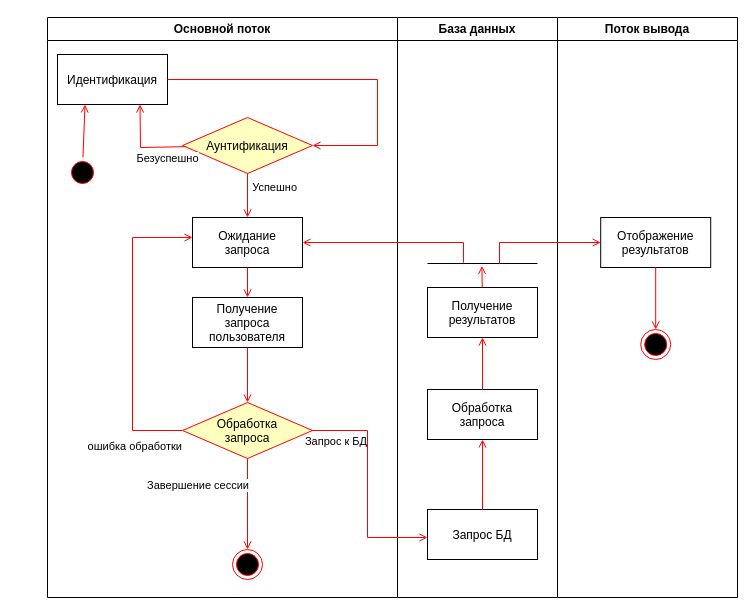
The draw.io diagram UML diagrams/3 - деятельность.drawio in fpmi-tpmp2026/tpmp-gr10a-lab4-copybara, before the edit. Source tidied: cells renumbered, new cells numbered last; positions are measured from the earlier drawing's top-left corner, leaving out a move shared by most shapes. Both pictures are drawn from the tidied source at 100%, with x=0, y=0 at pixel (47, 17).
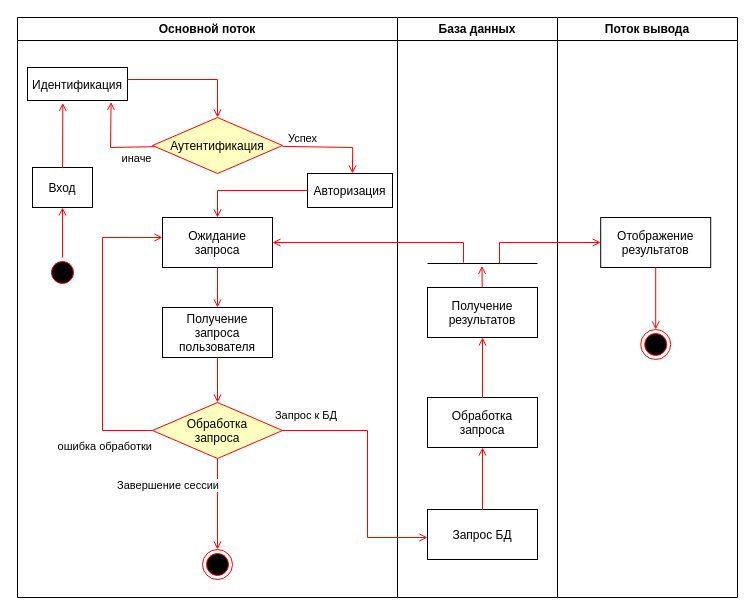
After the change.

Unchanged cells that the change refers to:
```xml
<mxCell id="6" value="Ожидание&#10;запроса" parent="2" vertex="1">
  <mxGeometry x="145" y="200" width="110" height="50" as="geometry" />
</mxCell>
<mxCell id="22" value="База данных" style="swimlane;whiteSpace=wrap;" parent="1" vertex="1">
  <mxGeometry x="350" width="160" height="580" as="geometry" />
</mxCell>
<mxCell id="35" style="endArrow=open;strokeColor=#FF0000;endFill=1;rounded=0;edgeStyle=orthogonalEdgeStyle;" parent="1" edge="1" source="10" target="23">
  <mxGeometry relative="1" as="geometry">
    <Array as="points">
      <mxPoint x="320" y="413" />
      <mxPoint x="320" y="520" />
    </Array>
  </mxGeometry>
</mxCell>
```

Diff of the diagram source:
```diff
@@
     <mxCell id="2" value="Основной поток" style="swimlane;whiteSpace=wrap;" parent="1" vertex="1">
-      <mxGeometry width="350" height="580" as="geometry" />
+      <mxGeometry x="-30" width="380" height="580" as="geometry" />
     </mxCell>
     <mxCell id="3" style="ellipse;shape=startState;fillColor=#000000;strokeColor=#ff0000;" parent="2" vertex="1">
-      <mxGeometry x="20" y="140" width="30" height="30" as="geometry" />
+      <mxGeometry x="30" y="240" width="30" height="30" as="geometry" />
     </mxCell>
     <mxCell id="4" value="Идентификация" parent="2" vertex="1">
-      <mxGeometry x="10" y="37" width="110" height="50" as="geometry" />
+      <mxGeometry x="10" y="50" width="100" height="33" as="geometry" />
     </mxCell>
-    <mxCell id="5" style="endArrow=open;strokeColor=#FF0000;endFill=1;rounded=0;entryX=0.25;entryY=1;entryDx=0;entryDy=0;" parent="2" edge="1" source="3" target="4">
+    <mxCell id="5" style="endArrow=open;strokeColor=#FF0000;endFill=1;rounded=0;" parent="2" edge="1" source="3" target="38">
       <mxGeometry relative="1" as="geometry" />
     </mxCell>
@@
     <mxCell id="7" value="Получение&#10;запроса&#10;пользователя" parent="2" vertex="1">
-      <mxGeometry x="145" y="280" width="110" height="50" as="geometry" />
+      <mxGeometry x="145" y="290" width="110" height="50" as="geometry" />
     </mxCell>
@@
-    <mxCell id="16" value="Аунтификация" style="rhombus;fillColor=#ffffc0;strokeColor=#ff0000;" parent="2" vertex="1">
+    <mxCell id="16" value="Аутентификация" style="rhombus;fillColor=#ffffc0;strokeColor=#ff0000;" parent="2" vertex="1">
       <mxGeometry x="135" y="100" width="130" height="56" as="geometry" />
     </mxCell>
     <mxCell id="17" style="endArrow=open;strokeColor=#FF0000;endFill=1;rounded=0;edgeStyle=orthogonalEdgeStyle;" parent="2" edge="1" source="4" target="16">
       <mxGeometry relative="1" as="geometry">
         <Array as="points">
-          <mxPoint x="330" y="62" />
-          <mxPoint x="330" y="128" />
+          <mxPoint x="200" y="62" />
         </Array>
       </mxGeometry>
     </mxCell>
-    <mxCell id="18" style="endArrow=open;strokeColor=#FF0000;endFill=1;rounded=0;" parent="2" edge="1" source="16" target="6">
-      <mxGeometry relative="1" as="geometry" />
+    <mxCell id="18" style="endArrow=open;strokeColor=#FF0000;endFill=1;rounded=0;" parent="2" edge="1">
+      <mxGeometry relative="1" as="geometry">
+        <mxPoint x="265" y="128.9" as="sourcePoint" />
+        <mxPoint x="334.9" y="156" as="targetPoint" />
+        <Array as="points">
+          <mxPoint x="335.2" y="130" />
+        </Array>
+      </mxGeometry>
     </mxCell>
-    <mxCell id="19" value="Успешно" style="edgeLabel;html=1;align=right;verticalAlign=middle;labelPosition=left;verticalLabelPosition=middle;" parent="18" vertex="1">
+    <mxCell id="19" value="Успех" style="edgeLabel;html=1;align=right;verticalAlign=middle;labelPosition=left;verticalLabelPosition=middle;" parent="18" vertex="1">
       <mxGeometry x="-0.43" y="2" relative="1" as="geometry">
-        <mxPoint x="48" as="offset" />
+        <mxPoint x="8" y="-7" as="offset" />
       </mxGeometry>
     </mxCell>
-    <mxCell id="20" style="endArrow=open;strokeColor=#FF0000;endFill=1;rounded=0;entryX=0.75;entryY=1;entryDx=0;entryDy=0;" parent="2" edge="1" source="16" target="4">
+    <mxCell id="20" style="endArrow=open;strokeColor=#FF0000;endFill=1;rounded=0;entryX=0.836;entryY=1.045;entryDx=0;entryDy=0;entryPerimeter=0;" parent="2" edge="1" source="16" target="4">
       <mxGeometry relative="1" as="geometry">
         <Array as="points">
           <mxPoint x="93" y="130" />
         </Array>
       </mxGeometry>
     </mxCell>
-    <mxCell id="21" value="Безуспешно" style="edgeLabel;html=1;align=center;verticalAlign=middle;" parent="20" vertex="1">
+    <mxCell id="21" value="иначе" style="edgeLabel;html=1;align=center;verticalAlign=middle;" parent="20" vertex="1">
       <mxGeometry x="-0.63" y="1" relative="1" as="geometry">
         <mxPoint x="-2" y="10" as="offset" />
       </mxGeometry>
     </mxCell>
+    <mxCell id="38" value="Вход" parent="2" vertex="1">
+      <mxGeometry x="15" y="150" width="60" height="40" as="geometry" />
+    </mxCell>
+    <mxCell id="39" style="endArrow=open;strokeColor=#FF0000;endFill=1;rounded=0;entryX=0.353;entryY=1.076;entryDx=0;entryDy=0;entryPerimeter=0;" parent="2" edge="1" source="38" target="4">
+      <mxGeometry relative="1" as="geometry" />
+    </mxCell>
+    <mxCell id="40" value="Авторизация" parent="2" vertex="1">
+      <mxGeometry x="290" y="156" width="85" height="34" as="geometry" />
+    </mxCell>
+    <mxCell id="41" style="endArrow=open;strokeColor=#FF0000;endFill=1;rounded=0;" parent="2" edge="1" source="40" target="6">
+      <mxGeometry relative="1" as="geometry">
+        <Array as="points">
+          <mxPoint x="200" y="173" />
+        </Array>
+      </mxGeometry>
+    </mxCell>
@@
     <mxCell id="27" value="Обработка&#10;запроса" parent="22" vertex="1">
-      <mxGeometry x="30" y="372" width="110" height="50" as="geometry" />
+      <mxGeometry x="30" y="380" width="110" height="50" as="geometry" />
     </mxCell>
@@
     <mxCell id="36" value="Запрос к БД" style="edgeLabel;html=1;align=right;verticalAlign=top;labelPosition=left;verticalLabelPosition=bottom;" parent="35" vertex="1">
       <mxGeometry x="-0.19" y="-2" relative="1" as="geometry">
-        <mxPoint x="2" y="-37" as="offset" />
+        <mxPoint x="-28" y="-45" as="offset" />
       </mxGeometry>
     </mxCell>
```
